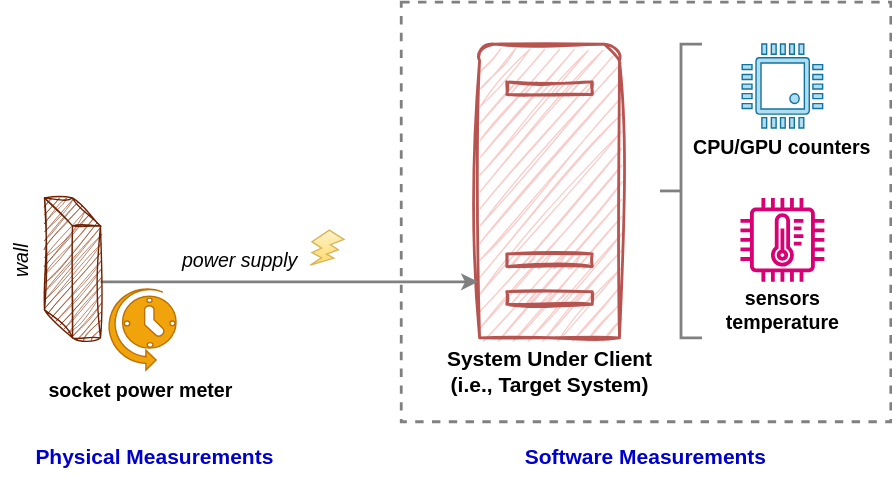
Above: docs/high-level-system-architecture.svg in ionutbalosin/jvm-energy-consumption (draw.io), before the change. Source tidied: cells renumbered, new cells last; positions are measured from the earlier drawing's top-left corner, leaving out a move shared by most shapes. Its diagram source:
```xml
<mxGraphModel>
  <root>
    <mxCell id="0" />
    <mxCell id="1" parent="0" />
    <mxCell id="2" style="verticalLabelPosition=bottom;verticalAlign=middle;html=1;shape=mxgraph.basic.rect;fillColor2=none;strokeWidth=2;size=20;indent=5;fillColor=none;labelBackgroundColor=default;endArrow=classic;fontSize=11;rounded=0;strokeColor=#808080;dashed=1;" parent="1" vertex="1">
      <mxGeometry x="291" width="350" height="300" as="geometry" />
    </mxCell>
    <mxCell id="3" value="&lt;font size=&quot;1&quot; color=&quot;#000000&quot;&gt;&lt;b style=&quot;font-size: 15px;&quot;&gt;System Under Client&lt;br&gt;(i.e., Target System)&lt;br&gt;&lt;/b&gt;&lt;/font&gt;" style="shadow=0;dashed=0;html=1;labelPosition=center;verticalLabelPosition=bottom;verticalAlign=top;align=center;shape=mxgraph.office.servers.physical_host;fillColor=#f8cecc;fillStyle=auto;strokeWidth=2;sketch=1;curveFitting=1;jiggle=2;strokeColor=#b85450;" parent="1" vertex="1">
      <mxGeometry x="347" y="30" width="100" height="210" as="geometry" />
    </mxCell>
    <mxCell id="4" value="&lt;span style=&quot;border-color: var(--border-color); font-size: 14px;&quot;&gt;&lt;span style=&quot;&quot;&gt;&lt;font&gt;&lt;i&gt;power supply&lt;/i&gt;&lt;/font&gt;&lt;/span&gt;&lt;br&gt;&lt;/span&gt;" style="text;html=1;align=center;verticalAlign=middle;whiteSpace=wrap;rounded=1;sketch=1;curveFitting=1;jiggle=2;fontColor=#000000;fontStyle=0;" parent="1" vertex="1">
      <mxGeometry x="106" y="170" width="140" height="30" as="geometry" />
    </mxCell>
    <mxCell id="5" style="edgeStyle=orthogonalEdgeStyle;rounded=0;jettySize=auto;html=1;exitX=0;exitY=0;exitDx=40;exitDy=60;exitPerimeter=0;strokeWidth=2;strokeColor=#808080;" parent="1" edge="1" source="6">
      <mxGeometry relative="1" as="geometry">
        <mxPoint x="346" y="200" as="targetPoint" />
      </mxGeometry>
    </mxCell>
    <mxCell id="6" style="shape=cube;whiteSpace=wrap;html=1;boundedLbl=1;backgroundOutline=1;darkOpacity=0.05;darkOpacity2=0.1;fillColor=#a0522d;fontColor=#ffffff;strokeColor=#6D1F00;sketch=1;curveFitting=1;jiggle=2;" parent="1" vertex="1">
      <mxGeometry x="36" y="140" width="40" height="100" as="geometry" />
    </mxCell>
    <mxCell id="7" style="group;" parent="1" vertex="1">
      <mxGeometry x="40" y="203" width="150" height="100" as="geometry" />
    </mxCell>
    <mxCell id="8" value="&lt;span style=&quot;border-color: var(--border-color); font-size: 14px;&quot;&gt;&lt;b&gt;socket&amp;nbsp;power meter&lt;/b&gt;&lt;br&gt;&lt;/span&gt;" style="text;html=1;align=center;verticalAlign=middle;whiteSpace=wrap;rounded=1;sketch=1;curveFitting=1;jiggle=2;fontColor=#000000;fontStyle=0;" parent="7" vertex="1">
      <mxGeometry x="-10" y="60" width="150" height="30" as="geometry" />
    </mxCell>
    <mxCell id="9" style="verticalLabelPosition=bottom;html=1;verticalAlign=top;align=center;strokeColor=#BD7000;fillColor=#f0a30a;shape=mxgraph.azure.scheduler;shadow=0;fontColor=#000000;" parent="7" vertex="1">
      <mxGeometry x="40" width="50" height="60" as="geometry" />
    </mxCell>
    <mxCell id="10" value="&lt;span style=&quot;border-color: var(--border-color);&quot;&gt;&lt;b style=&quot;&quot;&gt;&lt;font color=&quot;#0000cc&quot; style=&quot;font-size: 15px;&quot;&gt;Software Measurements&lt;/font&gt;&lt;/b&gt;&lt;br&gt;&lt;/span&gt;" style="text;html=1;align=center;verticalAlign=middle;whiteSpace=wrap;rounded=1;sketch=1;curveFitting=1;jiggle=2;fontColor=#000000;fontStyle=0;" parent="1" vertex="1">
      <mxGeometry x="367.2" y="310" width="197.7" height="30" as="geometry" />
    </mxCell>
    <mxCell id="11" value="&lt;span style=&quot;border-color: var(--border-color);&quot;&gt;&lt;b style=&quot;&quot;&gt;&lt;font color=&quot;#0000cc&quot; style=&quot;font-size: 15px;&quot;&gt;Physical Measurements&lt;/font&gt;&lt;/b&gt;&lt;br&gt;&lt;/span&gt;" style="text;html=1;align=center;verticalAlign=middle;whiteSpace=wrap;rounded=1;sketch=1;curveFitting=1;jiggle=2;fontColor=#000000;fontStyle=0;" parent="1" vertex="1">
      <mxGeometry x="16.2" y="310" width="197.7" height="30" as="geometry" />
    </mxCell>
    <mxCell id="12" value="&lt;span style=&quot;border-color: var(--border-color); font-size: 14px;&quot;&gt;&lt;span style=&quot;&quot;&gt;&lt;font&gt;&lt;i&gt;wall&lt;/i&gt;&lt;/font&gt;&lt;/span&gt;&lt;br&gt;&lt;/span&gt;" style="text;html=1;align=center;verticalAlign=middle;whiteSpace=wrap;rounded=1;sketch=1;curveFitting=1;jiggle=2;fontColor=#000000;fontStyle=0;rotation=-90;" parent="1" vertex="1">
      <mxGeometry y="170" width="40" height="30" as="geometry" />
    </mxCell>
    <mxCell id="13" style="verticalLabelPosition=bottom;verticalAlign=top;html=1;shape=mxgraph.basic.flash;fillColor=#fff2cc;strokeColor=#d6b656;gradientColor=#ffd966;" parent="1" vertex="1">
      <mxGeometry x="226" y="163" width="24" height="25" as="geometry" />
    </mxCell>
    <mxCell id="14" style="strokeWidth=2;html=1;shape=mxgraph.flowchart.annotation_2;align=left;labelPosition=right;strokeColor=#808080;" parent="1" vertex="1">
      <mxGeometry x="476" y="30" width="30" height="210" as="geometry" />
    </mxCell>
    <mxCell id="15" style="group;" parent="1" vertex="1">
      <mxGeometry x="496" y="30" width="135" height="87" as="geometry" />
    </mxCell>
    <mxCell id="16" style="shadow=0;dashed=0;html=1;strokeColor=#10739e;fillColor=#b1ddf0;labelPosition=center;verticalLabelPosition=bottom;verticalAlign=top;align=center;shape=mxgraph.veeam.cpu;" parent="15" vertex="1">
      <mxGeometry x="38.8" width="57.5" height="60" as="geometry" />
    </mxCell>
    <mxCell id="17" value="&lt;span style=&quot;border-color: var(--border-color); font-size: 14px;&quot;&gt;&lt;b&gt;CPU/GPU counters&lt;/b&gt;&lt;br&gt;&lt;/span&gt;" style="text;html=1;align=center;verticalAlign=middle;whiteSpace=wrap;rounded=1;sketch=1;curveFitting=1;jiggle=2;fontColor=#000000;fontStyle=0;" parent="15" vertex="1">
      <mxGeometry y="60" width="135" height="27" as="geometry" />
    </mxCell>
    <mxCell id="18" style="group;" parent="1" vertex="1">
      <mxGeometry x="513.5" y="140" width="100" height="100" as="geometry" />
    </mxCell>
    <mxCell id="19" value="&lt;span style=&quot;border-color: var(--border-color); font-size: 14px;&quot;&gt;&lt;b&gt;sensors temperature&lt;/b&gt;&lt;br&gt;&lt;/span&gt;" style="text;html=1;align=center;verticalAlign=middle;whiteSpace=wrap;rounded=1;sketch=1;curveFitting=1;jiggle=2;fontColor=#000000;fontStyle=0;" parent="18" vertex="1">
      <mxGeometry y="60" width="100" height="40" as="geometry" />
    </mxCell>
    <mxCell id="20" style="sketch=0;fontColor=#ffffff;fillColor=#d80073;strokeColor=#A50040;dashed=0;verticalLabelPosition=bottom;verticalAlign=top;align=center;html=1;fontSize=12;fontStyle=0;shape=mxgraph.aws4.iot_thing_temperature_sensor;" parent="18" vertex="1">
      <mxGeometry x="20" width="60" height="60" as="geometry" />
    </mxCell>
  </root>
</mxGraphModel>
```
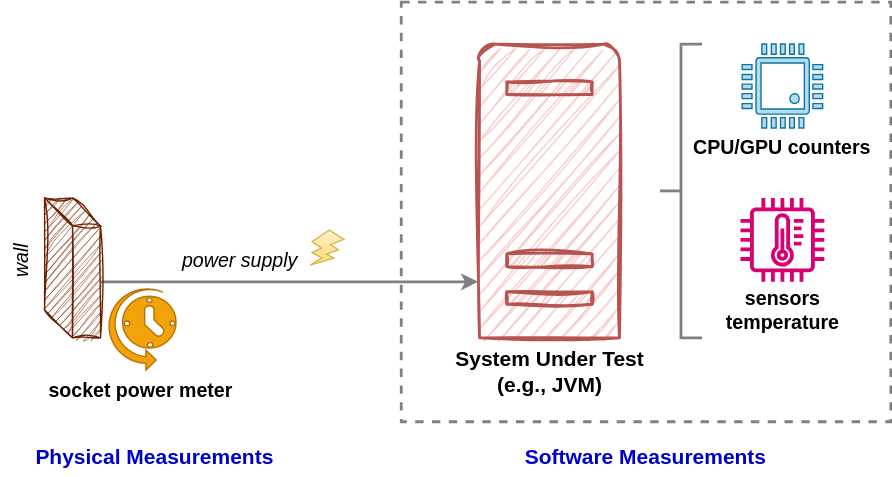
Above is the later version.

Diff of the diagram source:
```diff
@@ -5,17 +5,17 @@
     <mxCell id="2" style="verticalLabelPosition=bottom;verticalAlign=middle;html=1;shape=mxgraph.basic.rect;fillColor2=none;strokeWidth=2;size=20;indent=5;fillColor=none;labelBackgroundColor=default;endArrow=classic;fontSize=11;rounded=0;strokeColor=#808080;dashed=1;" parent="1" vertex="1">
       <mxGeometry x="291" width="350" height="300" as="geometry" />
     </mxCell>
-    <mxCell id="3" value="&lt;font size=&quot;1&quot; color=&quot;#000000&quot;&gt;&lt;b style=&quot;font-size: 15px;&quot;&gt;System Under Client&lt;br&gt;(i.e., Target System)&lt;br&gt;&lt;/b&gt;&lt;/font&gt;" style="shadow=0;dashed=0;html=1;labelPosition=center;verticalLabelPosition=bottom;verticalAlign=top;align=center;shape=mxgraph.office.servers.physical_host;fillColor=#f8cecc;fillStyle=auto;strokeWidth=2;sketch=1;curveFitting=1;jiggle=2;strokeColor=#b85450;" parent="1" vertex="1">
-      <mxGeometry x="347" y="30" width="100" height="210" as="geometry" />
-    </mxCell>
+    <mxCell id="21" value="&lt;font size=&quot;1&quot; color=&quot;#000000&quot;&gt;&lt;b style=&quot;font-size: 15px;&quot;&gt;System Under Test&lt;br&gt;(e.g., JVM)&lt;br&gt;&lt;/b&gt;&lt;/font&gt;" style="shadow=0;dashed=0;html=1;labelPosition=center;verticalLabelPosition=bottom;verticalAlign=top;align=center;shape=mxgraph.office.servers.physical_host;fillColor=#f8cecc;fillStyle=auto;strokeWidth=2;sketch=1;curveFitting=1;jiggle=2;strokeColor=#b85450;" parent="1" vertex="1">
+      <mxGeometry x="347" y="30" width="100" height="210" as="geometry" />
+    </mxCell>
     <mxCell id="4" value="&lt;span style=&quot;border-color: var(--border-color); font-size: 14px;&quot;&gt;&lt;span style=&quot;&quot;&gt;&lt;font&gt;&lt;i&gt;power supply&lt;/i&gt;&lt;/font&gt;&lt;/span&gt;&lt;br&gt;&lt;/span&gt;" style="text;html=1;align=center;verticalAlign=middle;whiteSpace=wrap;rounded=1;sketch=1;curveFitting=1;jiggle=2;fontColor=#000000;fontStyle=0;" parent="1" vertex="1">
       <mxGeometry x="106" y="170" width="140" height="30" as="geometry" />
     </mxCell>
-    <mxCell id="5" style="edgeStyle=orthogonalEdgeStyle;rounded=0;jettySize=auto;html=1;exitX=0;exitY=0;exitDx=40;exitDy=60;exitPerimeter=0;strokeWidth=2;strokeColor=#808080;" parent="1" edge="1" source="6">
-      <mxGeometry relative="1" as="geometry">
-        <mxPoint x="346" y="200" as="targetPoint" />
-      </mxGeometry>
-    </mxCell>
+    <mxCell id="22" style="edgeStyle=orthogonalEdgeStyle;rounded=0;jettySize=auto;html=1;exitX=0;exitY=0;exitDx=40;exitDy=60;exitPerimeter=0;strokeWidth=2;strokeColor=#808080;" parent="1" edge="1" source="6">
+      <mxGeometry relative="1" as="geometry">
+        <mxPoint x="346" y="200" as="targetPoint" />
+      </mxGeometry>
+    </mxCell>
     <mxCell id="6" style="shape=cube;whiteSpace=wrap;html=1;boundedLbl=1;backgroundOutline=1;darkOpacity=0.05;darkOpacity2=0.1;fillColor=#a0522d;fontColor=#ffffff;strokeColor=#6D1F00;sketch=1;curveFitting=1;jiggle=2;" parent="1" vertex="1">
       <mxGeometry x="36" y="140" width="40" height="100" as="geometry" />
     </mxCell>
```
